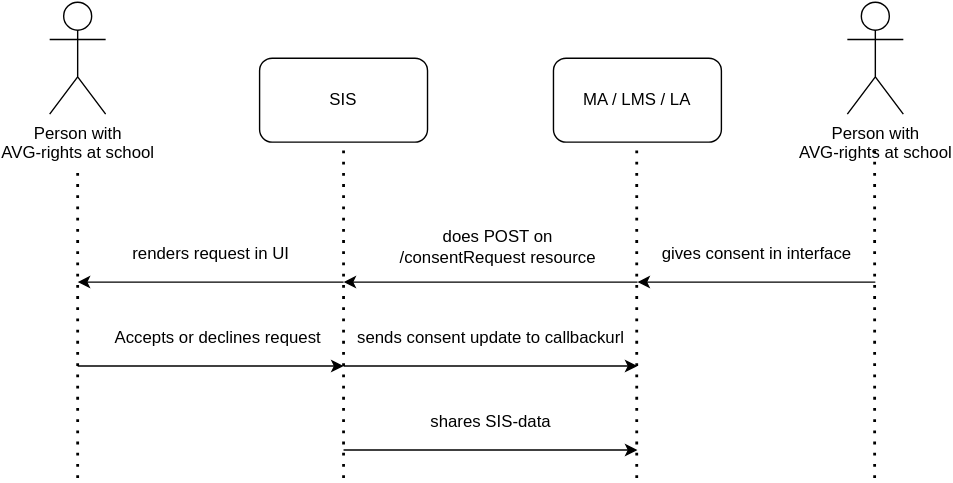
This is documentation/diagrams/consentflowsisreversed.svg from stichtingsem/ecosystem, a draw.io export, as it was before one commit. Source tidied: cells renumbered, new cells last; positions are measured from the earlier drawing's top-left corner, leaving out a move shared by most shapes.
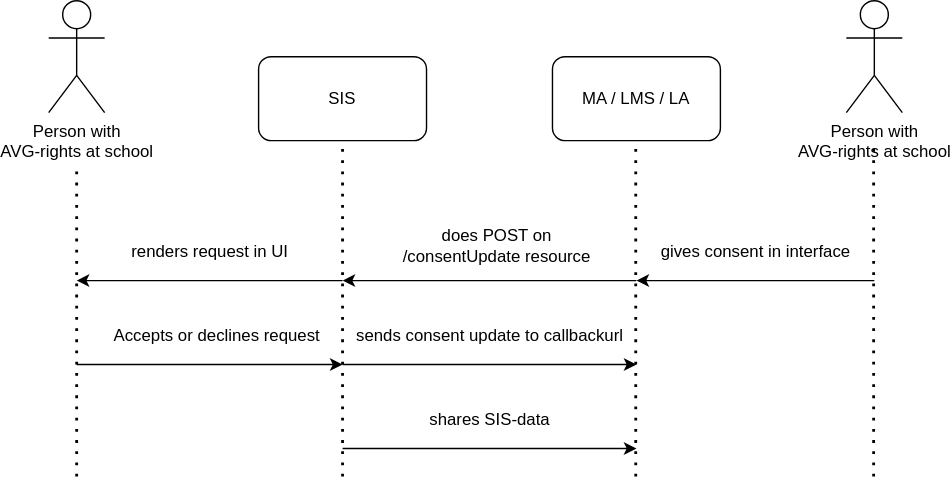
The same file after the commit.

Diff of the diagram source:
```diff
@@ -56,8 +56,8 @@
     <mxCell id="13" value="sends consent update to callbackurl" style="text;html=1;align=center;verticalAlign=middle;strokeColor=none;fillColor=none;" parent="1" vertex="1">
       <mxGeometry x="210" y="230" width="210" height="20" as="geometry" />
     </mxCell>
-    <mxCell id="14" value="does POST on&lt;br&gt;/consentRequest resource" style="text;html=1;align=center;verticalAlign=middle;strokeColor=none;fillColor=none;" parent="1" vertex="1">
-      <mxGeometry x="240" y="160" width="160" height="30" as="geometry" />
+    <mxCell id="14" value="does POST on&lt;br&gt;/consentUpdate resource" style="text;html=1;align=center;verticalAlign=middle;strokeColor=none;fillColor=none;" parent="1" vertex="1">
+      <mxGeometry x="245" y="160" width="150" height="30" as="geometry" />
     </mxCell>
     <mxCell id="15" value="Person with &lt;br&gt;AVG-rights at school" style="shape=umlActor;verticalLabelPosition=bottom;verticalAlign=top;html=1;" parent="1" vertex="1">
       <mxGeometry x="570" width="40" height="80" as="geometry" />
```
